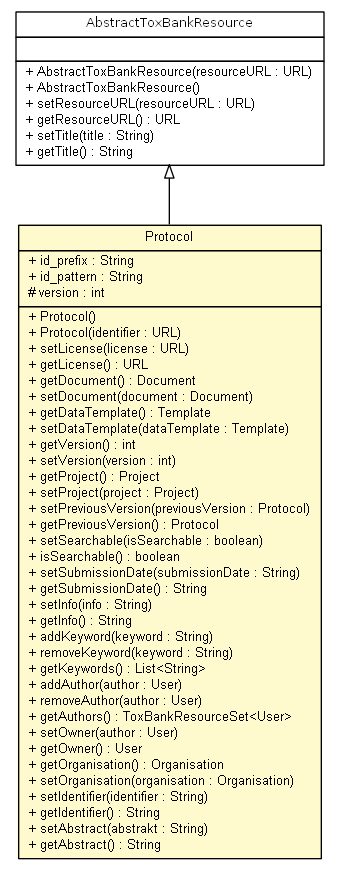
Earlier version of the Graphviz export apidocs/net/toxbank/client/resource/Protocol.png (ToxBank/toxbank-api-beans). Its source is kept beside it as apidocs/net/toxbank/client/resource/Protocol.dot.
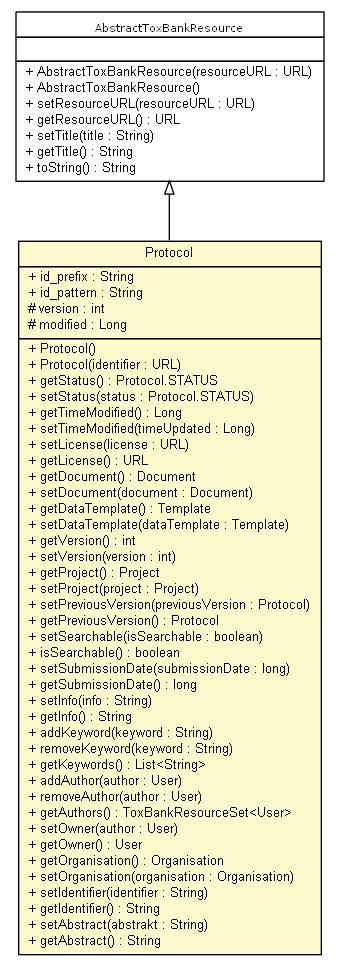
Above is the later version.

What changed in the source:
```diff
@@ -2,7 +2,7 @@
 digraph G {
 	edge [fontname="arial",fontsize=10,labelfontname="arial",labelfontsize=10];
 	node [fontname="arial",fontsize=10,shape=plaintext];
-	c612 [label=<<table border="0" cellborder="1" cellspacing="0" cellpadding="2" port="p" bgcolor="lemonChiffon" href="./Protocol.html">
+	c685 [label=<<table border="0" cellborder="1" cellspacing="0" cellpadding="2" port="p" bgcolor="lemonChiffon" href="./Protocol.html">
 		<tr><td><table border="0" cellspacing="0" cellpadding="1">
 			<tr><td> Protocol </td></tr>
 		</table></td></tr>
@@ -10,10 +10,15 @@
 			<tr><td align="left"> + id_prefix : String </td></tr>
 			<tr><td align="left"> + id_pattern : String </td></tr>
 			<tr><td align="left"> # version : int </td></tr>
+			<tr><td align="left"> # modified : Long </td></tr>
 		</table></td></tr>
 		<tr><td><table border="0" cellspacing="0" cellpadding="1">
 			<tr><td align="left"> + Protocol() </td></tr>
 			<tr><td align="left"> + Protocol(identifier : URL) </td></tr>
+			<tr><td align="left"> + getStatus() : Protocol.STATUS </td></tr>
+			<tr><td align="left"> + setStatus(status : Protocol.STATUS) </td></tr>
+			<tr><td align="left"> + getTimeModified() : Long </td></tr>
+			<tr><td align="left"> + setTimeModified(timeUpdated : Long) </td></tr>
 			<tr><td align="left"> + setLicense(license : URL) </td></tr>
 			<tr><td align="left"> + getLicense() : URL </td></tr>
 			<tr><td align="left"> + getDocument() : Document </td></tr>
@@ -28,8 +33,8 @@
 			<tr><td align="left"> + getPreviousVersion() : Protocol </td></tr>
 			<tr><td align="left"> + setSearchable(isSearchable : boolean) </td></tr>
 			<tr><td align="left"> + isSearchable() : boolean </td></tr>
-			<tr><td align="left"> + setSubmissionDate(submissionDate : String) </td></tr>
-			<tr><td align="left"> + getSubmissionDate() : String </td></tr>
+			<tr><td align="left"> + setSubmissionDate(submissionDate : long) </td></tr>
+			<tr><td align="left"> + getSubmissionDate() : long </td></tr>
 			<tr><td align="left"> + setInfo(info : String) </td></tr>
 			<tr><td align="left"> + getInfo() : String </td></tr>
 			<tr><td align="left"> + addKeyword(keyword : String) </td></tr>
@@ -48,7 +53,7 @@
 			<tr><td align="left"> + getAbstract() : String </td></tr>
 		</table></td></tr>
 		</table>>, fontname="arial", fontcolor="black", fontsize=10.0];
-	c621 [label=<<table border="0" cellborder="1" cellspacing="0" cellpadding="2" port="p" href="./AbstractToxBankResource.html">
+	c695 [label=<<table border="0" cellborder="1" cellspacing="0" cellpadding="2" port="p" href="./AbstractToxBankResource.html">
 		<tr><td><table border="0" cellspacing="0" cellpadding="1">
 			<tr><td><font face="ariali"> AbstractToxBankResource </font></td></tr>
 		</table></td></tr>
@@ -62,7 +67,8 @@
 			<tr><td align="left"> + getResourceURL() : URL </td></tr>
 			<tr><td align="left"> + setTitle(title : String) </td></tr>
 			<tr><td align="left"> + getTitle() : String </td></tr>
+			<tr><td align="left"> + toString() : String </td></tr>
 		</table></td></tr>
 		</table>>, fontname="arial", fontcolor="black", fontsize=10.0];
-	c621:p -> c612:p [dir=back,arrowtail=empty];
+	c695:p -> c685:p [dir=back,arrowtail=empty];
 }
```
